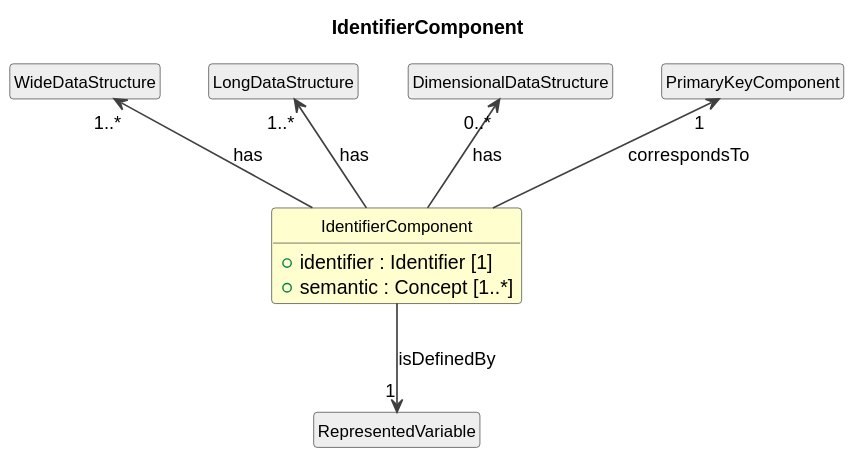
Cross-Domain-Interoperability-Framework/metadataBuildingBlocks keeps this PlantUML diagram as cdif-uml-model/_plantuml/cdifDataStructure/Classes/IdentifierComponent.svg. Above is the earlier version. Source of this version:
```plantuml
@startuml
title IdentifierComponent
hide circle
hide empty members
skinparam shadowing false
skinparam ArrowThickness 1.2
skinparam class {
  ArrowColor #404040
  BorderColor #404040
  FontSize 12
}

class "IdentifierComponent" as IdentifierComponent #FEFECE {
  +identifier : Identifier [1]
  +semantic : Concept [1..*]
}
class "WideDataStructure" as WideDataStructure #EEEEEE
WideDataStructure "1..*" <-- IdentifierComponent : has
class "LongDataStructure" as LongDataStructure #EEEEEE
LongDataStructure "1..*" <-- IdentifierComponent : has
class "DimensionalDataStructure" as DimensionalDataStructure #EEEEEE
DimensionalDataStructure "0..*" <-- IdentifierComponent : has
class "RepresentedVariable" as RepresentedVariable #EEEEEE
IdentifierComponent --> "1" RepresentedVariable : isDefinedBy
class "PrimaryKeyComponent" as PrimaryKeyComponent #EEEEEE
PrimaryKeyComponent "1" <-- IdentifierComponent : correspondsTo
@enduml
```
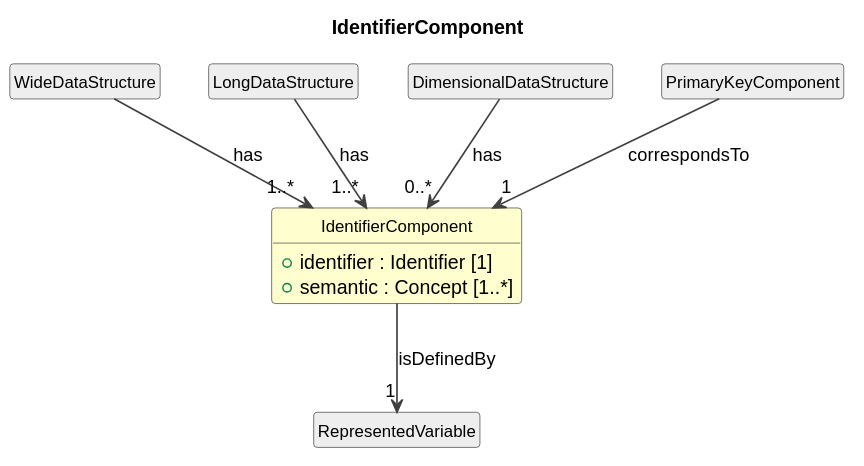
After the commit.

Diff of the diagram source:
```diff
@@ -15,13 +15,13 @@
   +semantic : Concept [1..*]
 }
 class "WideDataStructure" as WideDataStructure #EEEEEE
-WideDataStructure "1..*" <-- IdentifierComponent : has
+WideDataStructure --> "1..*" IdentifierComponent : has
 class "LongDataStructure" as LongDataStructure #EEEEEE
-LongDataStructure "1..*" <-- IdentifierComponent : has
+LongDataStructure --> "1..*" IdentifierComponent : has
 class "DimensionalDataStructure" as DimensionalDataStructure #EEEEEE
-DimensionalDataStructure "0..*" <-- IdentifierComponent : has
+DimensionalDataStructure --> "0..*" IdentifierComponent : has
 class "RepresentedVariable" as RepresentedVariable #EEEEEE
 IdentifierComponent --> "1" RepresentedVariable : isDefinedBy
 class "PrimaryKeyComponent" as PrimaryKeyComponent #EEEEEE
-PrimaryKeyComponent "1" <-- IdentifierComponent : correspondsTo
+PrimaryKeyComponent --> "1" IdentifierComponent : correspondsTo
 @enduml
```
